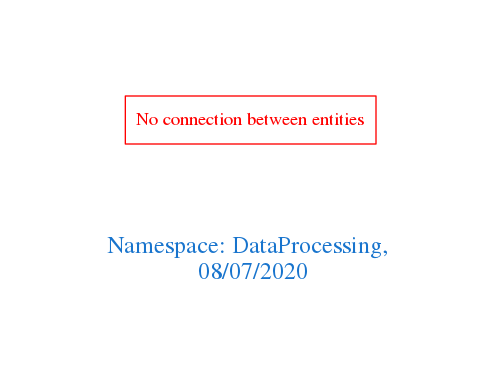
arago/OGIT keeps this Graphviz diagram as downloads/DataProcessing.png. Above is the earlier version. Its source is kept beside it as downloads/DataProcessing.dot.
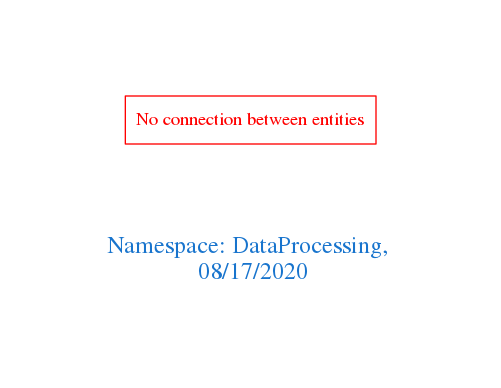
After the change.

What changed in the source:
```diff
@@ -1,7 +1,7 @@
 digraph OGIT_ontology {
  graph [ rankdir= LR,pad=1
 fontsize = 18,
-fontcolor= dodgerblue3,label = "\n\n\nNamespace: DataProcessing, \n 08/07/2020"];
+fontcolor= dodgerblue3,label = "\n\n\nNamespace: DataProcessing, \n 08/17/2020"];
 node[shape=polygon];
 edge [  color="gray81"];
 
```
